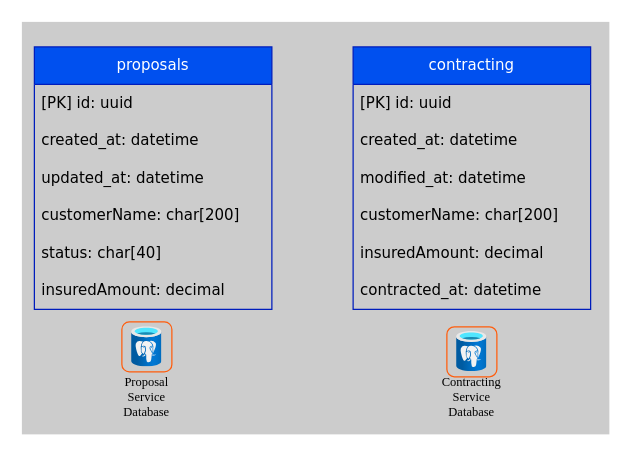
Earlier version of the draw.io diagram page "databases" (3 of 3) of docs/insurance_platform.drawio (raphaelnunes67/Insurance-Platform). Source tidied: cells renumbered, new cells numbered last; positions are measured from the earlier drawing's top-left corner, leaving out a move shared by most shapes. Both pictures are drawn from the tidied source at 125%, with x=0, y=0 at pixel (21, 21).
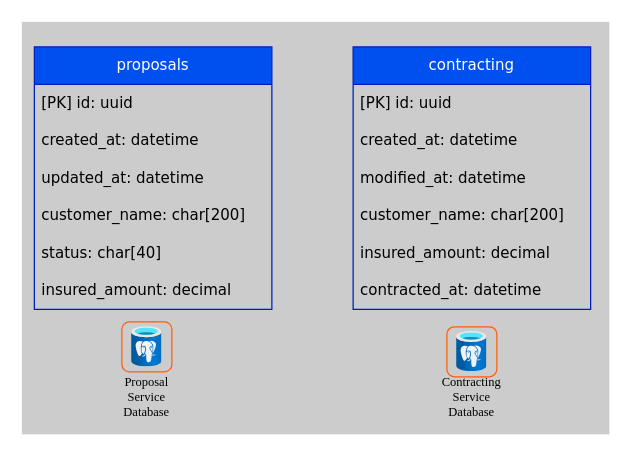
Above is the later version.

Unchanged cells that the change refers to:
```xml
<mxCell id="3" value="contracting" style="swimlane;fontStyle=0;horizontal=1;startSize=30;whiteSpace=wrap;html=1;fillColor=#0050ef;strokeColor=#001DBC;fontColor=#ffffff;fontFamily=Verdana;" parent="1" vertex="1">
  <mxGeometry x="265" y="20" width="190" height="210" as="geometry" />
</mxCell>
<mxCell id="10" value="proposals" style="swimlane;fontStyle=0;horizontal=1;startSize=30;whiteSpace=wrap;html=1;fillColor=#0050ef;strokeColor=#001DBC;fontColor=#ffffff;fontFamily=Verdana;" parent="1" vertex="1">
  <mxGeometry x="10" y="20" width="190" height="210" as="geometry" />
</mxCell>
```

The edit, as a diff of the source:
```diff
@@
-    <mxCell id="7" value="customerName: char[200]" style="text;strokeColor=none;fillColor=none;align=left;verticalAlign=middle;spacingLeft=4;spacingRight=4;overflow=hidden;whiteSpace=wrap;html=1;fontFamily=Verdana;" parent="3" vertex="1">
+    <mxCell id="7" value="customer_name: char[200]" style="text;strokeColor=none;fillColor=none;align=left;verticalAlign=middle;spacingLeft=4;spacingRight=4;overflow=hidden;whiteSpace=wrap;html=1;fontFamily=Verdana;" parent="3" vertex="1">
       <mxGeometry y="120" width="190" height="30" as="geometry" />
     </mxCell>
-    <mxCell id="8" value="insuredAmount: decimal" style="text;strokeColor=none;fillColor=none;align=left;verticalAlign=middle;spacingLeft=4;spacingRight=4;overflow=hidden;whiteSpace=wrap;html=1;fontFamily=Verdana;" parent="3" vertex="1">
+    <mxCell id="8" value="insured_amount: decimal" style="text;strokeColor=none;fillColor=none;align=left;verticalAlign=middle;spacingLeft=4;spacingRight=4;overflow=hidden;whiteSpace=wrap;html=1;fontFamily=Verdana;" parent="3" vertex="1">
       <mxGeometry y="150" width="190" height="30" as="geometry" />
     </mxCell>
@@
-    <mxCell id="14" value="customerName: char[200]" style="text;strokeColor=none;fillColor=none;align=left;verticalAlign=middle;spacingLeft=4;spacingRight=4;overflow=hidden;whiteSpace=wrap;html=1;fontFamily=Verdana;" parent="10" vertex="1">
+    <mxCell id="14" value="customer_name: char[200]" style="text;strokeColor=none;fillColor=none;align=left;verticalAlign=middle;spacingLeft=4;spacingRight=4;overflow=hidden;whiteSpace=wrap;html=1;fontFamily=Verdana;" parent="10" vertex="1">
       <mxGeometry y="120" width="190" height="30" as="geometry" />
     </mxCell>
@@
-    <mxCell id="16" value="insuredAmount: decimal" style="text;strokeColor=none;fillColor=none;align=left;verticalAlign=middle;spacingLeft=4;spacingRight=4;overflow=hidden;whiteSpace=wrap;html=1;fontFamily=Verdana;" parent="10" vertex="1">
+    <mxCell id="16" value="insured_amount: decimal" style="text;strokeColor=none;fillColor=none;align=left;verticalAlign=middle;spacingLeft=4;spacingRight=4;overflow=hidden;whiteSpace=wrap;html=1;fontFamily=Verdana;" parent="10" vertex="1">
       <mxGeometry y="180" width="190" height="30" as="geometry" />
     </mxCell>
```
